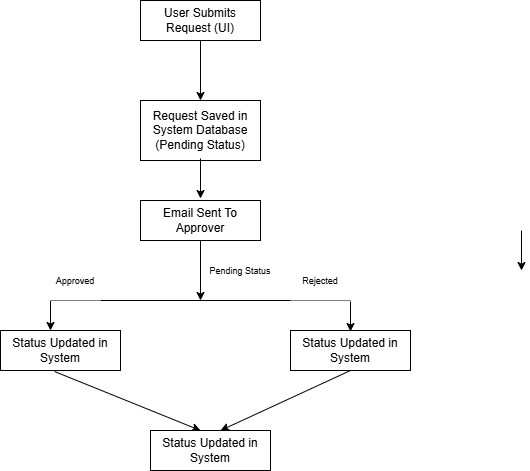
Earlier version of the draw.io export docs/flowchart.png (anshajsingh97/power-app-workflow-demo). Source tidied: cells renumbered, new cells last; positions are measured from the earlier drawing's top-left corner, leaving out a move shared by most shapes. Source of this version:
```xml
<mxGraphModel>
  <root>
    <mxCell id="0" />
    <mxCell id="1" parent="0" />
    <mxCell id="2" value="User Submits Request (UI)" style="rounded=0;whiteSpace=wrap;html=1;" parent="1" vertex="1">
      <mxGeometry x="140" width="120" height="40" as="geometry" />
    </mxCell>
    <mxCell id="3" style="endArrow=classic;html=1;rounded=0;exitX=0.5;exitY=1;exitDx=0;exitDy=0;" parent="1" edge="1" source="2">
      <mxGeometry relative="1" as="geometry">
        <mxPoint x="200" y="100" as="targetPoint" />
      </mxGeometry>
    </mxCell>
    <mxCell id="4" value="Request Saved in System Database&lt;div&gt;(Pending Status)&lt;/div&gt;" style="rounded=0;whiteSpace=wrap;html=1;" parent="1" vertex="1">
      <mxGeometry x="140" y="100" width="120" height="60" as="geometry" />
    </mxCell>
    <mxCell id="5" style="endArrow=classic;html=1;rounded=0;exitX=0.5;exitY=1;exitDx=0;exitDy=0;" parent="1" edge="1">
      <mxGeometry relative="1" as="geometry">
        <mxPoint x="200" y="158" as="sourcePoint" />
        <mxPoint x="200" y="198" as="targetPoint" />
      </mxGeometry>
    </mxCell>
    <mxCell id="6" value="Email Sent To Approver" style="rounded=0;whiteSpace=wrap;html=1;" parent="1" vertex="1">
      <mxGeometry x="140" y="200" width="120" height="40" as="geometry" />
    </mxCell>
    <mxCell id="7" value="&lt;font style=&quot;font-size: 9px;&quot;&gt;Pending Status&lt;/font&gt;" style="rounded=0;whiteSpace=wrap;html=1;strokeColor=none;" parent="1" vertex="1">
      <mxGeometry x="200" y="250" width="80" height="40" as="geometry" />
    </mxCell>
    <mxCell id="8" style="endArrow=classic;html=1;rounded=0;exitX=0.5;exitY=1;exitDx=0;exitDy=0;" parent="1" edge="1">
      <mxGeometry relative="1" as="geometry">
        <mxPoint x="521" y="230" as="sourcePoint" />
        <mxPoint x="521" y="270" as="targetPoint" />
      </mxGeometry>
    </mxCell>
    <mxCell id="9" style="endArrow=classic;html=1;rounded=0;exitX=0.5;exitY=1;exitDx=0;exitDy=0;" parent="1" edge="1">
      <mxGeometry relative="1" as="geometry">
        <mxPoint x="200" y="240" as="sourcePoint" />
        <mxPoint x="200" y="300" as="targetPoint" />
      </mxGeometry>
    </mxCell>
    <mxCell id="10" value="Status Updated in System" style="rounded=0;whiteSpace=wrap;html=1;" parent="1" vertex="1">
      <mxGeometry y="330" width="120" height="40" as="geometry" />
    </mxCell>
    <mxCell id="11" style="endArrow=none;html=1;rounded=0;" parent="1" edge="1">
      <mxGeometry relative="1" as="geometry">
        <mxPoint x="50" y="300" as="sourcePoint" />
        <mxPoint x="350" y="300" as="targetPoint" />
      </mxGeometry>
    </mxCell>
    <mxCell id="12" style="endArrow=classic;html=1;rounded=0;exitX=0.5;exitY=1;exitDx=0;exitDy=0;" parent="1" edge="1">
      <mxGeometry relative="1" as="geometry">
        <mxPoint x="50" y="300" as="sourcePoint" />
        <mxPoint x="50" y="330" as="targetPoint" />
      </mxGeometry>
    </mxCell>
    <mxCell id="13" style="endArrow=classic;html=1;rounded=0;exitX=0.5;exitY=1;exitDx=0;exitDy=0;" parent="1" edge="1">
      <mxGeometry relative="1" as="geometry">
        <mxPoint x="350" y="301" as="sourcePoint" />
        <mxPoint x="350" y="331" as="targetPoint" />
      </mxGeometry>
    </mxCell>
    <mxCell id="14" value="Status Updated in System" style="rounded=0;whiteSpace=wrap;html=1;" parent="1" vertex="1">
      <mxGeometry x="290" y="330" width="120" height="40" as="geometry" />
    </mxCell>
    <mxCell id="15" value="&lt;font style=&quot;font-size: 9px;&quot;&gt;Approved&lt;/font&gt;" style="rounded=0;whiteSpace=wrap;html=1;strokeColor=none;" parent="1" vertex="1">
      <mxGeometry x="50" y="260" width="50" height="40" as="geometry" />
    </mxCell>
    <mxCell id="16" value="&lt;font style=&quot;font-size: 9px;&quot;&gt;Rejected&lt;/font&gt;" style="rounded=0;whiteSpace=wrap;html=1;strokeColor=none;" parent="1" vertex="1">
      <mxGeometry x="290" y="260" width="60" height="40" as="geometry" />
    </mxCell>
    <mxCell id="17" style="endArrow=classic;html=1;rounded=0;exitX=0.45;exitY=1.025;exitDx=0;exitDy=0;exitPerimeter=0;" parent="1" edge="1" source="10">
      <mxGeometry relative="1" as="geometry">
        <mxPoint x="200" y="430" as="targetPoint" />
      </mxGeometry>
    </mxCell>
    <mxCell id="18" style="endArrow=classic;html=1;rounded=0;exitX=0.45;exitY=1.025;exitDx=0;exitDy=0;exitPerimeter=0;" parent="1" edge="1">
      <mxGeometry relative="1" as="geometry">
        <mxPoint x="350" y="370" as="sourcePoint" />
        <mxPoint x="220" y="430" as="targetPoint" />
      </mxGeometry>
    </mxCell>
    <mxCell id="19" value="Status Updated in System" style="rounded=0;whiteSpace=wrap;html=1;" parent="1" vertex="1">
      <mxGeometry x="150" y="430" width="120" height="40" as="geometry" />
    </mxCell>
  </root>
</mxGraphModel>
```
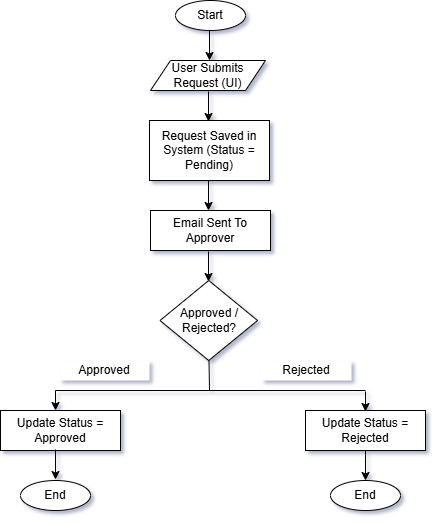
Above is the later version.

Change to the diagram source:
```diff
@@ -2,84 +2,98 @@
   <root>
     <mxCell id="0" />
     <mxCell id="1" parent="0" />
+    <mxCell id="20" value="Start" style="ellipse;whiteSpace=wrap;html=1;" parent="1" vertex="1">
+      <mxGeometry x="110" y="-30" width="70" height="30" as="geometry" />
+    </mxCell>
+    <mxCell id="21" value="End" style="ellipse;whiteSpace=wrap;html=1;" parent="1" vertex="1">
+      <mxGeometry x="-45" y="450" width="70" height="30" as="geometry" />
+    </mxCell>
+    <mxCell id="22" style="endArrow=classic;html=1;rounded=0;" parent="1" edge="1">
+      <mxGeometry relative="1" as="geometry">
+        <mxPoint x="144" as="sourcePoint" />
+        <mxPoint x="144" y="30" as="targetPoint" />
+      </mxGeometry>
+    </mxCell>
-    <mxCell id="2" value="User Submits Request (UI)" style="rounded=0;whiteSpace=wrap;html=1;" parent="1" vertex="1">
-      <mxGeometry x="140" width="120" height="40" as="geometry" />
+    <mxCell id="2" value="User Submits Request (UI)" style="shape=parallelogram;perimeter=parallelogramPerimeter;whiteSpace=wrap;html=1;fixedSize=1;" parent="1" vertex="1">
+      <mxGeometry x="85" y="30" width="115" height="30" as="geometry" />
     </mxCell>
-    <mxCell id="3" style="endArrow=classic;html=1;rounded=0;exitX=0.5;exitY=1;exitDx=0;exitDy=0;" parent="1" edge="1" source="2">
-      <mxGeometry relative="1" as="geometry">
-        <mxPoint x="200" y="100" as="targetPoint" />
-      </mxGeometry>
-    </mxCell>
-    <mxCell id="4" value="Request Saved in System Database&lt;div&gt;(Pending Status)&lt;/div&gt;" style="rounded=0;whiteSpace=wrap;html=1;" parent="1" vertex="1">
-      <mxGeometry x="140" y="100" width="120" height="60" as="geometry" />
-    </mxCell>
-    <mxCell id="5" style="endArrow=classic;html=1;rounded=0;exitX=0.5;exitY=1;exitDx=0;exitDy=0;" parent="1" edge="1">
-      <mxGeometry relative="1" as="geometry">
-        <mxPoint x="200" y="158" as="sourcePoint" />
-        <mxPoint x="200" y="198" as="targetPoint" />
-      </mxGeometry>
-    </mxCell>
+    <mxCell id="23" style="endArrow=classic;html=1;rounded=0;" parent="1" edge="1">
+      <mxGeometry relative="1" as="geometry">
+        <mxPoint x="143" y="61" as="sourcePoint" />
+        <mxPoint x="143" y="91" as="targetPoint" />
+      </mxGeometry>
+    </mxCell>
+    <mxCell id="24" value="Request Saved in System (Status = Pending)" style="rounded=0;whiteSpace=wrap;html=1;" parent="1" vertex="1">
+      <mxGeometry x="84" y="90" width="120" height="60" as="geometry" />
+    </mxCell>
+    <mxCell id="25" style="endArrow=classic;html=1;rounded=0;" parent="1" edge="1">
+      <mxGeometry relative="1" as="geometry">
+        <mxPoint x="143" y="150" as="sourcePoint" />
+        <mxPoint x="143" y="180" as="targetPoint" />
+      </mxGeometry>
+    </mxCell>
     <mxCell id="6" value="Email Sent To Approver" style="rounded=0;whiteSpace=wrap;html=1;" parent="1" vertex="1">
-      <mxGeometry x="140" y="200" width="120" height="40" as="geometry" />
+      <mxGeometry x="85" y="180" width="120" height="40" as="geometry" />
     </mxCell>
-    <mxCell id="7" value="&lt;font style=&quot;font-size: 9px;&quot;&gt;Pending Status&lt;/font&gt;" style="rounded=0;whiteSpace=wrap;html=1;strokeColor=none;" parent="1" vertex="1">
-      <mxGeometry x="200" y="250" width="80" height="40" as="geometry" />
-    </mxCell>
-    <mxCell id="8" style="endArrow=classic;html=1;rounded=0;exitX=0.5;exitY=1;exitDx=0;exitDy=0;" parent="1" edge="1">
-      <mxGeometry relative="1" as="geometry">
-        <mxPoint x="521" y="230" as="sourcePoint" />
-        <mxPoint x="521" y="270" as="targetPoint" />
-      </mxGeometry>
-    </mxCell>
-    <mxCell id="9" style="endArrow=classic;html=1;rounded=0;exitX=0.5;exitY=1;exitDx=0;exitDy=0;" parent="1" edge="1">
-      <mxGeometry relative="1" as="geometry">
-        <mxPoint x="200" y="240" as="sourcePoint" />
-        <mxPoint x="200" y="300" as="targetPoint" />
-      </mxGeometry>
-    </mxCell>
-    <mxCell id="10" value="Status Updated in System" style="rounded=0;whiteSpace=wrap;html=1;" parent="1" vertex="1">
-      <mxGeometry y="330" width="120" height="40" as="geometry" />
-    </mxCell>
-    <mxCell id="11" style="endArrow=none;html=1;rounded=0;" parent="1" edge="1">
-      <mxGeometry relative="1" as="geometry">
-        <mxPoint x="50" y="300" as="sourcePoint" />
-        <mxPoint x="350" y="300" as="targetPoint" />
-      </mxGeometry>
-    </mxCell>
-    <mxCell id="12" style="endArrow=classic;html=1;rounded=0;exitX=0.5;exitY=1;exitDx=0;exitDy=0;" parent="1" edge="1">
-      <mxGeometry relative="1" as="geometry">
-        <mxPoint x="50" y="300" as="sourcePoint" />
-        <mxPoint x="50" y="330" as="targetPoint" />
-      </mxGeometry>
-    </mxCell>
-    <mxCell id="13" style="endArrow=classic;html=1;rounded=0;exitX=0.5;exitY=1;exitDx=0;exitDy=0;" parent="1" edge="1">
-      <mxGeometry relative="1" as="geometry">
-        <mxPoint x="350" y="301" as="sourcePoint" />
-        <mxPoint x="350" y="331" as="targetPoint" />
-      </mxGeometry>
-    </mxCell>
-    <mxCell id="14" value="Status Updated in System" style="rounded=0;whiteSpace=wrap;html=1;" parent="1" vertex="1">
-      <mxGeometry x="290" y="330" width="120" height="40" as="geometry" />
-    </mxCell>
+    <mxCell id="26" style="endArrow=classic;html=1;rounded=0;" parent="1" edge="1">
+      <mxGeometry relative="1" as="geometry">
+        <mxPoint x="143" y="221" as="sourcePoint" />
+        <mxPoint x="143" y="251" as="targetPoint" />
+      </mxGeometry>
+    </mxCell>
+    <mxCell id="27" value="Approved / Rejected?" style="rhombus;whiteSpace=wrap;html=1;" parent="1" vertex="1">
+      <mxGeometry x="94.5" y="250" width="97.5" height="80" as="geometry" />
+    </mxCell>
+    <mxCell id="28" style="endArrow=none;html=1;rounded=0;" parent="1" edge="1">
+      <mxGeometry relative="1" as="geometry">
+        <mxPoint x="144" y="360" as="sourcePoint" />
+        <mxPoint x="143.5" y="330" as="targetPoint" />
+      </mxGeometry>
+    </mxCell>
+    <mxCell id="29" style="endArrow=none;html=1;rounded=0;" parent="1" edge="1">
+      <mxGeometry relative="1" as="geometry">
+        <mxPoint x="-10" y="360" as="sourcePoint" />
+        <mxPoint x="300" y="360" as="targetPoint" />
+      </mxGeometry>
+    </mxCell>
+    <mxCell id="30" style="endArrow=classic;html=1;rounded=0;" parent="1" edge="1">
+      <mxGeometry relative="1" as="geometry">
+        <mxPoint x="-10" y="360" as="sourcePoint" />
+        <mxPoint x="-10" y="380" as="targetPoint" />
+      </mxGeometry>
+    </mxCell>
+    <mxCell id="31" style="endArrow=classic;html=1;rounded=0;" parent="1" edge="1">
+      <mxGeometry relative="1" as="geometry">
+        <mxPoint x="300" y="361" as="sourcePoint" />
+        <mxPoint x="300" y="381" as="targetPoint" />
+      </mxGeometry>
+    </mxCell>
-    <mxCell id="15" value="&lt;font style=&quot;font-size: 9px;&quot;&gt;Approved&lt;/font&gt;" style="rounded=0;whiteSpace=wrap;html=1;strokeColor=none;" parent="1" vertex="1">
-      <mxGeometry x="50" y="260" width="50" height="40" as="geometry" />
+    <mxCell id="15" value="Approved" style="rounded=0;whiteSpace=wrap;html=1;strokeColor=none;" parent="1" vertex="1">
+      <mxGeometry x="-6" y="330" width="90" height="20" as="geometry" />
     </mxCell>
-    <mxCell id="16" value="&lt;font style=&quot;font-size: 9px;&quot;&gt;Rejected&lt;/font&gt;" style="rounded=0;whiteSpace=wrap;html=1;strokeColor=none;" parent="1" vertex="1">
-      <mxGeometry x="290" y="260" width="60" height="40" as="geometry" />
+    <mxCell id="16" value="Rejected" style="rounded=0;whiteSpace=wrap;html=1;strokeColor=none;" parent="1" vertex="1">
+      <mxGeometry x="196" y="330" width="90" height="20" as="geometry" />
     </mxCell>
-    <mxCell id="17" style="endArrow=classic;html=1;rounded=0;exitX=0.45;exitY=1.025;exitDx=0;exitDy=0;exitPerimeter=0;" parent="1" edge="1" source="10">
-      <mxGeometry relative="1" as="geometry">
-        <mxPoint x="200" y="430" as="targetPoint" />
-      </mxGeometry>
-    </mxCell>
-    <mxCell id="18" style="endArrow=classic;html=1;rounded=0;exitX=0.45;exitY=1.025;exitDx=0;exitDy=0;exitPerimeter=0;" parent="1" edge="1">
-      <mxGeometry relative="1" as="geometry">
-        <mxPoint x="350" y="370" as="sourcePoint" />
-        <mxPoint x="220" y="430" as="targetPoint" />
-      </mxGeometry>
-    </mxCell>
-    <mxCell id="19" value="Status Updated in System" style="rounded=0;whiteSpace=wrap;html=1;" parent="1" vertex="1">
-      <mxGeometry x="150" y="430" width="120" height="40" as="geometry" />
-    </mxCell>
+    <mxCell id="32" value="Update Status = Approved" style="rounded=0;whiteSpace=wrap;html=1;" parent="1" vertex="1">
+      <mxGeometry x="-65" y="380" width="120" height="40" as="geometry" />
+    </mxCell>
+    <mxCell id="33" value="Update Status = Rejected" style="rounded=0;whiteSpace=wrap;html=1;" parent="1" vertex="1">
+      <mxGeometry x="240" y="380" width="120" height="40" as="geometry" />
+    </mxCell>
+    <mxCell id="34" style="endArrow=classic;html=1;rounded=0;" parent="1" edge="1">
+      <mxGeometry relative="1" as="geometry">
+        <mxPoint x="300" y="420" as="sourcePoint" />
+        <mxPoint x="300" y="450" as="targetPoint" />
+      </mxGeometry>
+    </mxCell>
+    <mxCell id="35" style="endArrow=classic;html=1;rounded=0;" parent="1" edge="1">
+      <mxGeometry relative="1" as="geometry">
+        <mxPoint x="-10" y="419" as="sourcePoint" />
+        <mxPoint x="-10" y="449" as="targetPoint" />
+      </mxGeometry>
+    </mxCell>
+    <mxCell id="36" value="End" style="ellipse;whiteSpace=wrap;html=1;" parent="1" vertex="1">
+      <mxGeometry x="265" y="450" width="70" height="30" as="geometry" />
+    </mxCell>
   </root>
 </mxGraphModel>
```
